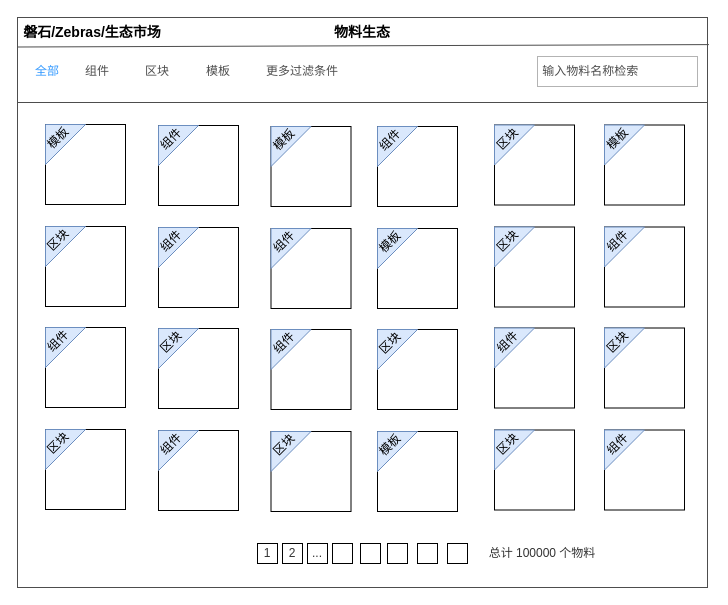
This is 低代码—物料市场.drawio from tangyaosimida/love, a draw.io file, before an edit. Source tidied: cells renumbered, new cells numbered last; positions are measured from the earlier drawing's top-left corner, leaving out a move shared by most shapes. Both pictures are drawn from the tidied source at 100%, with x=0, y=0 at pixel (17, 17).
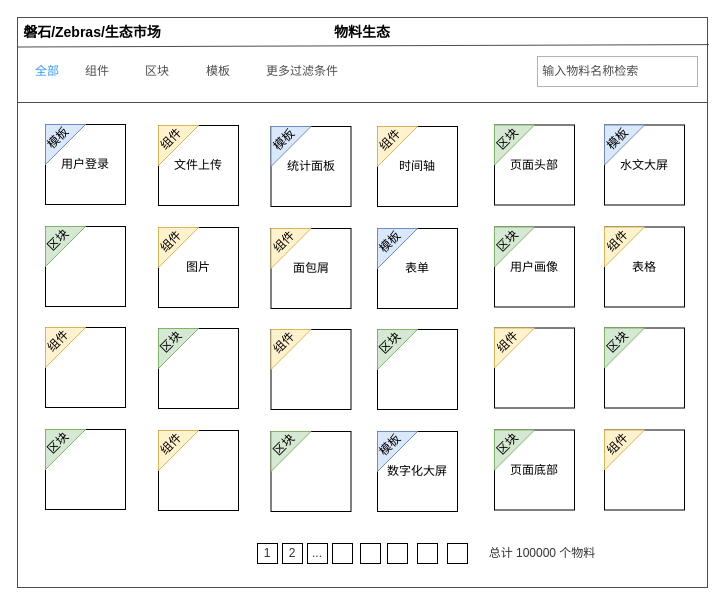
Above is the later version.

Commit message (it also covers changes not shown here):
更新低代码—物料市场.drawio

Diff of the diagram source:
```diff
@@
-    <mxCell id="22" style="whiteSpace=wrap;html=1;" parent="1" vertex="1">
+    <mxCell id="22" value="用户登录" style="whiteSpace=wrap;html=1;" parent="1" vertex="1">
       <mxGeometry x="28" y="107" width="80" height="80" as="geometry" />
     </mxCell>
@@
-    <mxCell id="25" style="whiteSpace=wrap;html=1;" parent="1" vertex="1">
+    <mxCell id="25" value="文件上传" style="whiteSpace=wrap;html=1;" parent="1" vertex="1">
       <mxGeometry x="141" y="108" width="80" height="80" as="geometry" />
     </mxCell>
-    <mxCell id="26" style="verticalLabelPosition=bottom;verticalAlign=top;html=1;shape=mxgraph.basic.orthogonal_triangle;direction=south;fillColor=#dae8fc;strokeColor=#6c8ebf;" parent="1" vertex="1">
+    <mxCell id="26" style="verticalLabelPosition=bottom;verticalAlign=top;html=1;shape=mxgraph.basic.orthogonal_triangle;direction=south;fillColor=#fff2cc;strokeColor=#d6b656;" parent="1" vertex="1">
       <mxGeometry x="141" y="108" width="40" height="40" as="geometry" />
     </mxCell>
@@
-    <mxCell id="28" style="whiteSpace=wrap;html=1;" parent="1" vertex="1">
+    <mxCell id="28" value="统计面板" style="whiteSpace=wrap;html=1;" parent="1" vertex="1">
       <mxGeometry x="253.5" y="109" width="80" height="80" as="geometry" />
     </mxCell>
@@
-    <mxCell id="31" style="whiteSpace=wrap;html=1;" parent="1" vertex="1">
+    <mxCell id="31" value="时间轴" style="whiteSpace=wrap;html=1;" parent="1" vertex="1">
       <mxGeometry x="360" y="109" width="80" height="80" as="geometry" />
     </mxCell>
-    <mxCell id="32" style="verticalLabelPosition=bottom;verticalAlign=top;html=1;shape=mxgraph.basic.orthogonal_triangle;direction=south;fillColor=#dae8fc;strokeColor=#6c8ebf;" parent="1" vertex="1">
+    <mxCell id="32" style="verticalLabelPosition=bottom;verticalAlign=top;html=1;shape=mxgraph.basic.orthogonal_triangle;direction=south;fillColor=#fff2cc;strokeColor=#d6b656;" parent="1" vertex="1">
       <mxGeometry x="360" y="109" width="40" height="40" as="geometry" />
     </mxCell>
@@
-    <mxCell id="34" style="whiteSpace=wrap;html=1;" parent="1" vertex="1">
+    <mxCell id="34" value="页面头部" style="whiteSpace=wrap;html=1;" parent="1" vertex="1">
       <mxGeometry x="477" y="107.5" width="80" height="80" as="geometry" />
     </mxCell>
-    <mxCell id="35" style="verticalLabelPosition=bottom;verticalAlign=top;html=1;shape=mxgraph.basic.orthogonal_triangle;direction=south;fillColor=#dae8fc;strokeColor=#6c8ebf;" parent="1" vertex="1">
+    <mxCell id="35" style="verticalLabelPosition=bottom;verticalAlign=top;html=1;shape=mxgraph.basic.orthogonal_triangle;direction=south;fillColor=#d5e8d4;strokeColor=#82b366;" parent="1" vertex="1">
       <mxGeometry x="477" y="107.5" width="40" height="40" as="geometry" />
     </mxCell>
@@
-    <mxCell id="37" style="whiteSpace=wrap;html=1;" parent="1" vertex="1">
+    <mxCell id="37" value="水文大屏" style="whiteSpace=wrap;html=1;" parent="1" vertex="1">
       <mxGeometry x="587" y="107.5" width="80" height="80" as="geometry" />
     </mxCell>
@@
-    <mxCell id="41" style="verticalLabelPosition=bottom;verticalAlign=top;html=1;shape=mxgraph.basic.orthogonal_triangle;direction=south;fillColor=#dae8fc;strokeColor=#6c8ebf;" parent="1" vertex="1">
+    <mxCell id="41" style="verticalLabelPosition=bottom;verticalAlign=top;html=1;shape=mxgraph.basic.orthogonal_triangle;direction=south;fillColor=#d5e8d4;strokeColor=#82b366;" parent="1" vertex="1">
       <mxGeometry x="28" y="209" width="40" height="40" as="geometry" />
     </mxCell>
@@
-    <mxCell id="43" style="whiteSpace=wrap;html=1;" parent="1" vertex="1">
+    <mxCell id="43" value="图片" style="whiteSpace=wrap;html=1;" parent="1" vertex="1">
       <mxGeometry x="141" y="210" width="80" height="80" as="geometry" />
     </mxCell>
-    <mxCell id="44" style="verticalLabelPosition=bottom;verticalAlign=top;html=1;shape=mxgraph.basic.orthogonal_triangle;direction=south;fillColor=#dae8fc;strokeColor=#6c8ebf;" parent="1" vertex="1">
+    <mxCell id="44" style="verticalLabelPosition=bottom;verticalAlign=top;html=1;shape=mxgraph.basic.orthogonal_triangle;direction=south;fillColor=#fff2cc;strokeColor=#d6b656;" parent="1" vertex="1">
       <mxGeometry x="141" y="210" width="40" height="40" as="geometry" />
     </mxCell>
     <mxCell id="45" value="组件" style="text;html=1;align=center;verticalAlign=middle;whiteSpace=wrap;rounded=0;rotation=-45;" parent="1" vertex="1">
-      <mxGeometry x="124" y="209" width="60" height="30" as="geometry" />
+      <mxGeometry x="124.3" y="209.9" width="60" height="29" as="geometry" />
     </mxCell>
-    <mxCell id="46" style="whiteSpace=wrap;html=1;" parent="1" vertex="1">
+    <mxCell id="46" value="面包屑" style="whiteSpace=wrap;html=1;" parent="1" vertex="1">
       <mxGeometry x="253.5" y="211" width="80" height="80" as="geometry" />
     </mxCell>
-    <mxCell id="47" style="verticalLabelPosition=bottom;verticalAlign=top;html=1;shape=mxgraph.basic.orthogonal_triangle;direction=south;fillColor=#dae8fc;strokeColor=#6c8ebf;" parent="1" vertex="1">
+    <mxCell id="47" style="verticalLabelPosition=bottom;verticalAlign=top;html=1;shape=mxgraph.basic.orthogonal_triangle;direction=south;fillColor=#fff2cc;strokeColor=#d6b656;" parent="1" vertex="1">
       <mxGeometry x="253.5" y="211" width="40" height="40" as="geometry" />
     </mxCell>
@@
-    <mxCell id="49" style="whiteSpace=wrap;html=1;" parent="1" vertex="1">
+    <mxCell id="49" value="表单" style="whiteSpace=wrap;html=1;" parent="1" vertex="1">
       <mxGeometry x="360" y="211" width="80" height="80" as="geometry" />
     </mxCell>
@@
-    <mxCell id="52" style="whiteSpace=wrap;html=1;" parent="1" vertex="1">
+    <mxCell id="52" value="用户画像" style="whiteSpace=wrap;html=1;" parent="1" vertex="1">
       <mxGeometry x="477" y="209.5" width="80" height="80" as="geometry" />
     </mxCell>
-    <mxCell id="53" style="verticalLabelPosition=bottom;verticalAlign=top;html=1;shape=mxgraph.basic.orthogonal_triangle;direction=south;fillColor=#dae8fc;strokeColor=#6c8ebf;" parent="1" vertex="1">
+    <mxCell id="53" style="verticalLabelPosition=bottom;verticalAlign=top;html=1;shape=mxgraph.basic.orthogonal_triangle;direction=south;fillColor=#d5e8d4;strokeColor=#82b366;" parent="1" vertex="1">
       <mxGeometry x="477" y="209.5" width="40" height="40" as="geometry" />
     </mxCell>
@@
-    <mxCell id="55" style="whiteSpace=wrap;html=1;" parent="1" vertex="1">
+    <mxCell id="55" value="表格" style="whiteSpace=wrap;html=1;" parent="1" vertex="1">
       <mxGeometry x="587" y="209.5" width="80" height="80" as="geometry" />
     </mxCell>
-    <mxCell id="56" style="verticalLabelPosition=bottom;verticalAlign=top;html=1;shape=mxgraph.basic.orthogonal_triangle;direction=south;fillColor=#dae8fc;strokeColor=#6c8ebf;" parent="1" vertex="1">
+    <mxCell id="56" style="verticalLabelPosition=bottom;verticalAlign=top;html=1;shape=mxgraph.basic.orthogonal_triangle;direction=south;fillColor=#fff2cc;strokeColor=#d6b656;" parent="1" vertex="1">
       <mxGeometry x="587" y="209.5" width="40" height="40" as="geometry" />
     </mxCell>
@@
-    <mxCell id="59" style="verticalLabelPosition=bottom;verticalAlign=top;html=1;shape=mxgraph.basic.orthogonal_triangle;direction=south;fillColor=#dae8fc;strokeColor=#6c8ebf;" parent="1" vertex="1">
+    <mxCell id="59" style="verticalLabelPosition=bottom;verticalAlign=top;html=1;shape=mxgraph.basic.orthogonal_triangle;direction=south;fillColor=#fff2cc;strokeColor=#d6b656;" parent="1" vertex="1">
       <mxGeometry x="28" y="310" width="40" height="40" as="geometry" />
     </mxCell>
@@
-    <mxCell id="62" style="verticalLabelPosition=bottom;verticalAlign=top;html=1;shape=mxgraph.basic.orthogonal_triangle;direction=south;fillColor=#dae8fc;strokeColor=#6c8ebf;" parent="1" vertex="1">
+    <mxCell id="62" style="verticalLabelPosition=bottom;verticalAlign=top;html=1;shape=mxgraph.basic.orthogonal_triangle;direction=south;fillColor=#d5e8d4;strokeColor=#82b366;" parent="1" vertex="1">
       <mxGeometry x="141" y="311" width="40" height="40" as="geometry" />
     </mxCell>
@@
-    <mxCell id="65" style="verticalLabelPosition=bottom;verticalAlign=top;html=1;shape=mxgraph.basic.orthogonal_triangle;direction=south;fillColor=#dae8fc;strokeColor=#6c8ebf;" parent="1" vertex="1">
+    <mxCell id="65" style="verticalLabelPosition=bottom;verticalAlign=top;html=1;shape=mxgraph.basic.orthogonal_triangle;direction=south;fillColor=#fff2cc;strokeColor=#d6b656;" parent="1" vertex="1">
       <mxGeometry x="253.5" y="312" width="40" height="40" as="geometry" />
     </mxCell>
@@
-    <mxCell id="68" style="verticalLabelPosition=bottom;verticalAlign=top;html=1;shape=mxgraph.basic.orthogonal_triangle;direction=south;fillColor=#dae8fc;strokeColor=#6c8ebf;" parent="1" vertex="1">
+    <mxCell id="68" style="verticalLabelPosition=bottom;verticalAlign=top;html=1;shape=mxgraph.basic.orthogonal_triangle;direction=south;fillColor=#d5e8d4;strokeColor=#82b366;" parent="1" vertex="1">
       <mxGeometry x="360" y="312" width="40" height="40" as="geometry" />
     </mxCell>
@@
-    <mxCell id="71" style="verticalLabelPosition=bottom;verticalAlign=top;html=1;shape=mxgraph.basic.orthogonal_triangle;direction=south;fillColor=#dae8fc;strokeColor=#6c8ebf;" parent="1" vertex="1">
+    <mxCell id="71" style="verticalLabelPosition=bottom;verticalAlign=top;html=1;shape=mxgraph.basic.orthogonal_triangle;direction=south;fillColor=#fff2cc;strokeColor=#d6b656;" parent="1" vertex="1">
       <mxGeometry x="477" y="310.5" width="40" height="40" as="geometry" />
     </mxCell>
@@
-    <mxCell id="74" style="verticalLabelPosition=bottom;verticalAlign=top;html=1;shape=mxgraph.basic.orthogonal_triangle;direction=south;fillColor=#dae8fc;strokeColor=#6c8ebf;" parent="1" vertex="1">
+    <mxCell id="74" style="verticalLabelPosition=bottom;verticalAlign=top;html=1;shape=mxgraph.basic.orthogonal_triangle;direction=south;fillColor=#d5e8d4;strokeColor=#82b366;" parent="1" vertex="1">
       <mxGeometry x="587" y="310.5" width="40" height="40" as="geometry" />
     </mxCell>
@@
-    <mxCell id="77" style="verticalLabelPosition=bottom;verticalAlign=top;html=1;shape=mxgraph.basic.orthogonal_triangle;direction=south;fillColor=#dae8fc;strokeColor=#6c8ebf;" parent="1" vertex="1">
+    <mxCell id="77" style="verticalLabelPosition=bottom;verticalAlign=top;html=1;shape=mxgraph.basic.orthogonal_triangle;direction=south;fillColor=#d5e8d4;strokeColor=#82b366;" parent="1" vertex="1">
       <mxGeometry x="28" y="412" width="40" height="40" as="geometry" />
     </mxCell>
@@
-    <mxCell id="80" style="verticalLabelPosition=bottom;verticalAlign=top;html=1;shape=mxgraph.basic.orthogonal_triangle;direction=south;fillColor=#dae8fc;strokeColor=#6c8ebf;" parent="1" vertex="1">
+    <mxCell id="80" style="verticalLabelPosition=bottom;verticalAlign=top;html=1;shape=mxgraph.basic.orthogonal_triangle;direction=south;fillColor=#fff2cc;strokeColor=#d6b656;" parent="1" vertex="1">
       <mxGeometry x="141" y="413" width="40" height="40" as="geometry" />
     </mxCell>
@@
-    <mxCell id="83" style="verticalLabelPosition=bottom;verticalAlign=top;html=1;shape=mxgraph.basic.orthogonal_triangle;direction=south;fillColor=#dae8fc;strokeColor=#6c8ebf;" parent="1" vertex="1">
+    <mxCell id="83" style="verticalLabelPosition=bottom;verticalAlign=top;html=1;shape=mxgraph.basic.orthogonal_triangle;direction=south;fillColor=#d5e8d4;strokeColor=#82b366;" parent="1" vertex="1">
       <mxGeometry x="253.5" y="414" width="40" height="40" as="geometry" />
     </mxCell>
@@
-    <mxCell id="85" style="whiteSpace=wrap;html=1;" parent="1" vertex="1">
+    <mxCell id="85" value="数字化大屏" style="whiteSpace=wrap;html=1;" parent="1" vertex="1">
       <mxGeometry x="360" y="414" width="80" height="80" as="geometry" />
     </mxCell>
@@
-    <mxCell id="88" style="whiteSpace=wrap;html=1;" parent="1" vertex="1">
+    <mxCell id="88" value="页面底部" style="whiteSpace=wrap;html=1;" parent="1" vertex="1">
       <mxGeometry x="477" y="412.5" width="80" height="80" as="geometry" />
     </mxCell>
-    <mxCell id="89" style="verticalLabelPosition=bottom;verticalAlign=top;html=1;shape=mxgraph.basic.orthogonal_triangle;direction=south;fillColor=#dae8fc;strokeColor=#6c8ebf;" parent="1" vertex="1">
+    <mxCell id="89" style="verticalLabelPosition=bottom;verticalAlign=top;html=1;shape=mxgraph.basic.orthogonal_triangle;direction=south;fillColor=#d5e8d4;strokeColor=#82b366;" parent="1" vertex="1">
       <mxGeometry x="477" y="412.5" width="40" height="40" as="geometry" />
     </mxCell>
@@
-    <mxCell id="92" style="verticalLabelPosition=bottom;verticalAlign=top;html=1;shape=mxgraph.basic.orthogonal_triangle;direction=south;fillColor=#dae8fc;strokeColor=#6c8ebf;" parent="1" vertex="1">
+    <mxCell id="92" style="verticalLabelPosition=bottom;verticalAlign=top;html=1;shape=mxgraph.basic.orthogonal_triangle;direction=south;fillColor=#fff2cc;strokeColor=#d6b656;" parent="1" vertex="1">
       <mxGeometry x="587" y="412.5" width="40" height="40" as="geometry" />
     </mxCell>
```
